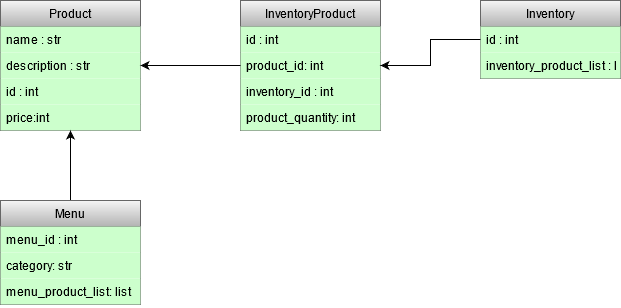
eapg/restaurant keeps this draw.io diagram as UML_Diagram.png. Above is the earlier version. Source tidied: cells renumbered, new cells last; positions are measured from the earlier drawing's top-left corner, leaving out a move shared by most shapes.
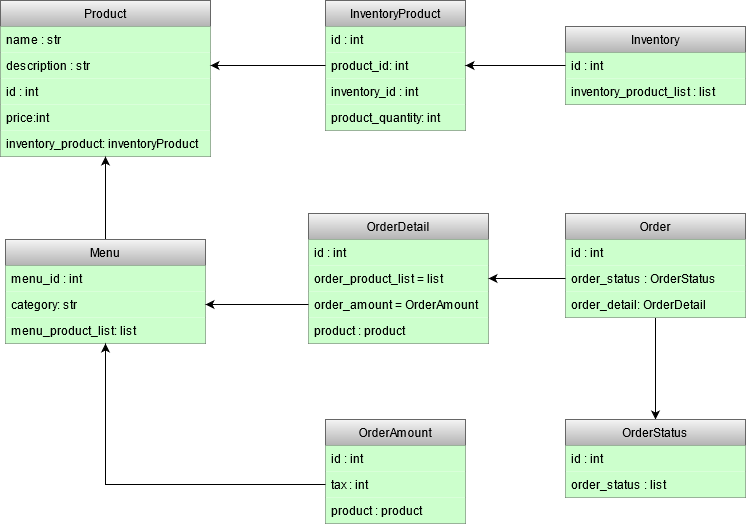
After the commit.

Commit message:
Order class added

Diff of the diagram source:
```diff
@@ -3,22 +3,25 @@
     <mxCell id="0" />
     <mxCell id="1" parent="0" />
     <mxCell id="2" value="Product" style="swimlane;fontStyle=0;horizontal=1;startSize=26;fillColor=#f5f5f5;strokeColor=#666666;gradientColor=#b3b3b3;" parent="1" vertex="1">
-      <mxGeometry width="140" height="130" as="geometry" />
+      <mxGeometry x="-85" y="-39" width="210" height="156" as="geometry" />
     </mxCell>
     <mxCell id="3" value="name : str" style="text;strokeColor=none;align=left;verticalAlign=top;spacingLeft=4;spacingRight=4;overflow=hidden;fillColor=#CCFFCC;" parent="2" vertex="1">
-      <mxGeometry y="26" width="140" height="26" as="geometry" />
+      <mxGeometry y="26" width="210" height="26" as="geometry" />
     </mxCell>
     <mxCell id="4" value="description : str" style="text;strokeColor=none;align=left;verticalAlign=top;spacingLeft=4;spacingRight=4;overflow=hidden;points=[[0,0.5],[1,0.5]];portConstraint=eastwest;fillColor=#CCFFCC;" parent="2" vertex="1">
-      <mxGeometry y="52" width="140" height="26" as="geometry" />
+      <mxGeometry y="52" width="210" height="26" as="geometry" />
     </mxCell>
     <mxCell id="5" value="id : int" style="text;strokeColor=none;align=left;verticalAlign=top;spacingLeft=4;spacingRight=4;overflow=hidden;fillColor=#CCFFCC;" parent="2" vertex="1">
-      <mxGeometry y="78" width="140" height="26" as="geometry" />
+      <mxGeometry y="78" width="210" height="26" as="geometry" />
     </mxCell>
     <mxCell id="6" value="price:int" style="text;strokeColor=none;align=left;verticalAlign=top;spacingLeft=4;spacingRight=4;overflow=hidden;fillColor=#CCFFCC;" parent="2" vertex="1">
-      <mxGeometry y="104" width="140" height="26" as="geometry" />
+      <mxGeometry y="104" width="210" height="26" as="geometry" />
     </mxCell>
+    <mxCell id="22" value="inventory_product: inventoryProduct" style="text;strokeColor=none;align=left;verticalAlign=top;spacingLeft=4;spacingRight=4;overflow=hidden;fillColor=#CCFFCC;" parent="2" vertex="1">
+      <mxGeometry y="130" width="210" height="26" as="geometry" />
+    </mxCell>
     <mxCell id="7" value="InventoryProduct" style="swimlane;fontStyle=0;horizontal=1;startSize=26;fillColor=#f5f5f5;strokeColor=#666666;gradientColor=#b3b3b3;" parent="1" vertex="1">
-      <mxGeometry x="240" width="140" height="130" as="geometry" />
+      <mxGeometry x="240" y="-39" width="140" height="130" as="geometry" />
     </mxCell>
     <mxCell id="8" value="id : int" style="text;strokeColor=none;align=left;verticalAlign=top;spacingLeft=4;spacingRight=4;overflow=hidden;fillColor=#CCFFCC;" parent="7" vertex="1">
       <mxGeometry y="26" width="140" height="26" as="geometry" />
@@ -33,13 +36,13 @@
       <mxGeometry y="104" width="140" height="26" as="geometry" />
     </mxCell>
     <mxCell id="12" value="Inventory" style="swimlane;fontStyle=0;horizontal=1;startSize=26;fillColor=#f5f5f5;strokeColor=#666666;gradientColor=#b3b3b3;" parent="1" vertex="1">
-      <mxGeometry x="480" width="140" height="78" as="geometry" />
+      <mxGeometry x="480" y="-13" width="180" height="78" as="geometry" />
     </mxCell>
     <mxCell id="13" value="id : int" style="text;strokeColor=none;align=left;verticalAlign=top;spacingLeft=4;spacingRight=4;overflow=hidden;points=[[0,0.5],[1,0.5]];portConstraint=eastwest;fillColor=#CCFFCC;" parent="12" vertex="1">
-      <mxGeometry y="26" width="140" height="26" as="geometry" />
+      <mxGeometry y="26" width="180" height="26" as="geometry" />
     </mxCell>
     <mxCell id="14" value="inventory_product_list : list" style="text;strokeColor=none;align=left;verticalAlign=top;spacingLeft=4;spacingRight=4;overflow=hidden;fillColor=#CCFFCC;" parent="12" vertex="1">
-      <mxGeometry y="52" width="140" height="26" as="geometry" />
+      <mxGeometry y="52" width="180" height="26" as="geometry" />
     </mxCell>
     <mxCell id="15" style="edgeStyle=orthogonalEdgeStyle;rounded=0;jettySize=auto;html=1;exitX=0;exitY=0.5;exitDx=0;exitDy=0;entryX=1;entryY=0.5;entryDx=0;entryDy=0;" parent="1" edge="1" source="9" target="4">
       <mxGeometry relative="1" as="geometry" />
@@ -51,16 +54,76 @@
       <mxGeometry relative="1" as="geometry" />
     </mxCell>
     <mxCell id="18" value="Menu" style="swimlane;fontStyle=0;horizontal=1;startSize=26;fillColor=#f5f5f5;gradientColor=#b3b3b3;strokeColor=#666666;" parent="1" vertex="1">
-      <mxGeometry y="200" width="140" height="104" as="geometry" />
+      <mxGeometry x="-80" y="200" width="200" height="104" as="geometry" />
     </mxCell>
     <mxCell id="19" value="menu_id : int" style="text;strokeColor=none;align=left;verticalAlign=top;spacingLeft=4;spacingRight=4;overflow=hidden;fillColor=#CCFFCC;" parent="18" vertex="1">
-      <mxGeometry y="26" width="140" height="26" as="geometry" />
+      <mxGeometry y="26" width="200" height="26" as="geometry" />
     </mxCell>
     <mxCell id="20" value="category: str" style="text;strokeColor=none;align=left;verticalAlign=top;spacingLeft=4;spacingRight=4;overflow=hidden;points=[[0,0.5],[1,0.5]];portConstraint=eastwest;fillColor=#CCFFCC;" parent="18" vertex="1">
-      <mxGeometry y="52" width="140" height="26" as="geometry" />
+      <mxGeometry y="52" width="200" height="26" as="geometry" />
     </mxCell>
     <mxCell id="21" value="menu_product_list: list" style="text;strokeColor=none;align=left;verticalAlign=top;spacingLeft=4;spacingRight=4;overflow=hidden;fillColor=#CCFFCC;" parent="18" vertex="1">
-      <mxGeometry y="78" width="140" height="26" as="geometry" />
+      <mxGeometry y="78" width="200" height="26" as="geometry" />
     </mxCell>
+    <mxCell id="23" style="edgeStyle=orthogonalEdgeStyle;rounded=0;jettySize=auto;html=1;entryX=0.5;entryY=0;entryDx=0;entryDy=0;" parent="1" edge="1" source="24" target="39">
+      <mxGeometry relative="1" as="geometry" />
+    </mxCell>
+    <mxCell id="24" value="Order" style="swimlane;fontStyle=0;horizontal=1;startSize=26;fillColor=#f5f5f5;gradientColor=#b3b3b3;strokeColor=#666666;" parent="1" vertex="1">
+      <mxGeometry x="480" y="174" width="180" height="104" as="geometry" />
+    </mxCell>
+    <mxCell id="25" value="id : int" style="text;strokeColor=none;align=left;verticalAlign=top;spacingLeft=4;spacingRight=4;overflow=hidden;fillColor=#CCFFCC;" parent="24" vertex="1">
+      <mxGeometry y="26" width="180" height="26" as="geometry" />
+    </mxCell>
+    <mxCell id="26" value="order_status : OrderStatus" style="text;strokeColor=none;align=left;verticalAlign=top;spacingLeft=4;spacingRight=4;overflow=hidden;points=[[0,0.5],[1,0.5]];portConstraint=eastwest;fillColor=#CCFFCC;" parent="24" vertex="1">
+      <mxGeometry y="52" width="180" height="26" as="geometry" />
+    </mxCell>
+    <mxCell id="27" value="order_detail: OrderDetail" style="text;strokeColor=none;align=left;verticalAlign=top;spacingLeft=4;spacingRight=4;overflow=hidden;fillColor=#CCFFCC;" parent="24" vertex="1">
+      <mxGeometry y="78" width="180" height="26" as="geometry" />
+    </mxCell>
+    <mxCell id="28" value="OrderDetail" style="swimlane;fontStyle=0;horizontal=1;startSize=26;fillColor=#f5f5f5;gradientColor=#b3b3b3;strokeColor=#666666;" parent="1" vertex="1">
+      <mxGeometry x="223" y="174" width="180" height="130" as="geometry" />
+    </mxCell>
+    <mxCell id="29" value="id : int" style="text;strokeColor=none;align=left;verticalAlign=top;spacingLeft=4;spacingRight=4;overflow=hidden;fillColor=#CCFFCC;" parent="28" vertex="1">
+      <mxGeometry y="26" width="180" height="26" as="geometry" />
+    </mxCell>
+    <mxCell id="30" value="order_product_list = list" style="text;strokeColor=none;align=left;verticalAlign=top;spacingLeft=4;spacingRight=4;overflow=hidden;points=[[0,0.5],[1,0.5]];portConstraint=eastwest;fillColor=#CCFFCC;" parent="28" vertex="1">
+      <mxGeometry y="52" width="180" height="26" as="geometry" />
+    </mxCell>
+    <mxCell id="31" value="order_amount = OrderAmount" style="text;strokeColor=none;align=left;verticalAlign=top;spacingLeft=4;spacingRight=4;overflow=hidden;points=[[0,0.5],[1,0.5]];portConstraint=eastwest;fillColor=#CCFFCC;" parent="28" vertex="1">
+      <mxGeometry y="78" width="180" height="26" as="geometry" />
+    </mxCell>
+    <mxCell id="32" value="product : product" style="text;strokeColor=none;align=left;verticalAlign=top;spacingLeft=4;spacingRight=4;overflow=hidden;fillColor=#CCFFCC;" parent="28" vertex="1">
+      <mxGeometry y="104" width="180" height="26" as="geometry" />
+    </mxCell>
+    <mxCell id="33" style="edgeStyle=orthogonalEdgeStyle;rounded=0;jettySize=auto;html=1;exitX=0;exitY=0.5;exitDx=0;exitDy=0;" parent="1" edge="1" source="26" target="30">
+      <mxGeometry relative="1" as="geometry" />
+    </mxCell>
+    <mxCell id="34" style="edgeStyle=orthogonalEdgeStyle;rounded=0;jettySize=auto;html=1;entryX=1;entryY=0.5;entryDx=0;entryDy=0;" parent="1" edge="1" source="31" target="20">
+      <mxGeometry relative="1" as="geometry" />
+    </mxCell>
+    <mxCell id="35" value="OrderAmount" style="swimlane;fontStyle=0;horizontal=1;startSize=26;fillColor=#f5f5f5;gradientColor=#b3b3b3;strokeColor=#666666;" parent="1" vertex="1">
+      <mxGeometry x="240" y="380" width="140" height="104" as="geometry" />
+    </mxCell>
+    <mxCell id="36" value="id : int" style="text;strokeColor=none;align=left;verticalAlign=top;spacingLeft=4;spacingRight=4;overflow=hidden;fillColor=#CCFFCC;" parent="35" vertex="1">
+      <mxGeometry y="26" width="140" height="26" as="geometry" />
+    </mxCell>
+    <mxCell id="37" value="tax : int" style="text;strokeColor=none;align=left;verticalAlign=top;spacingLeft=4;spacingRight=4;overflow=hidden;points=[[0,0.5],[1,0.5]];portConstraint=eastwest;fillColor=#CCFFCC;" parent="35" vertex="1">
+      <mxGeometry y="52" width="140" height="26" as="geometry" />
+    </mxCell>
+    <mxCell id="38" value="product : product" style="text;strokeColor=none;align=left;verticalAlign=top;spacingLeft=4;spacingRight=4;overflow=hidden;fillColor=#CCFFCC;" parent="35" vertex="1">
+      <mxGeometry y="78" width="140" height="26" as="geometry" />
+    </mxCell>
+    <mxCell id="39" value="OrderStatus" style="swimlane;fontStyle=0;horizontal=1;startSize=26;fillColor=#f5f5f5;gradientColor=#b3b3b3;strokeColor=#666666;" parent="1" vertex="1">
+      <mxGeometry x="480" y="380" width="180" height="78" as="geometry" />
+    </mxCell>
+    <mxCell id="40" value="id : int" style="text;strokeColor=none;align=left;verticalAlign=top;spacingLeft=4;spacingRight=4;overflow=hidden;fillColor=#CCFFCC;" parent="39" vertex="1">
+      <mxGeometry y="26" width="180" height="26" as="geometry" />
+    </mxCell>
+    <mxCell id="41" value="order_status : list" style="text;strokeColor=none;align=left;verticalAlign=top;spacingLeft=4;spacingRight=4;overflow=hidden;fillColor=#CCFFCC;" parent="39" vertex="1">
+      <mxGeometry y="52" width="180" height="26" as="geometry" />
+    </mxCell>
+    <mxCell id="42" style="edgeStyle=orthogonalEdgeStyle;rounded=0;jettySize=auto;html=1;entryX=0.5;entryY=1;entryDx=0;entryDy=0;" parent="1" edge="1" source="37" target="18">
+      <mxGeometry relative="1" as="geometry" />
+    </mxCell>
   </root>
 </mxGraphModel>
```
